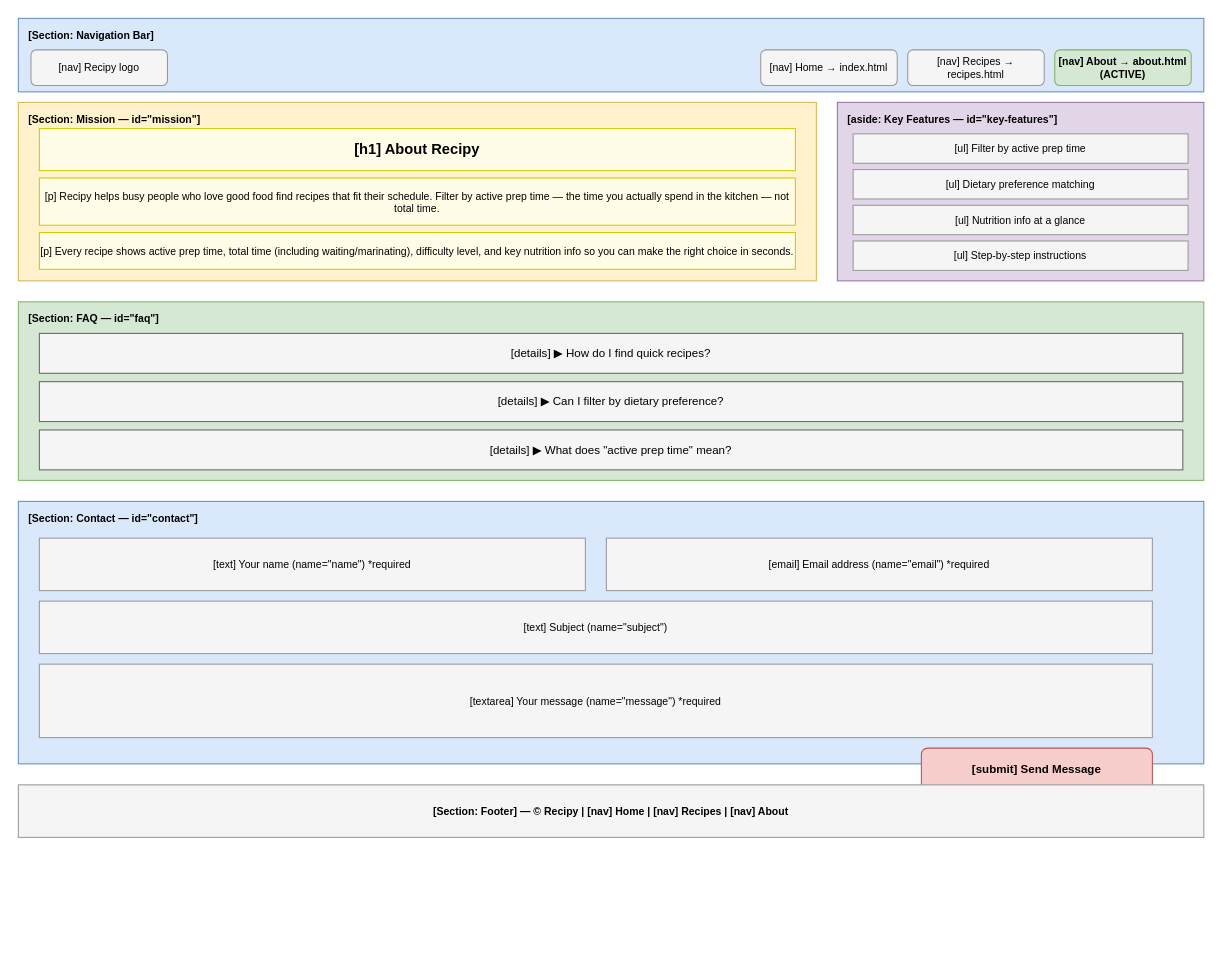
Before: page "About" (4 of 4) of design/wireframes.drawio in Zea10th/recipy, a draw.io diagram. Source tidied: cells renumbered, new cells numbered last; positions are measured from the earlier drawing's top-left corner, leaving out a move shared by most shapes. Both pictures are drawn from the tidied source at 105%, with x=0, y=0 at pixel (18, 18).
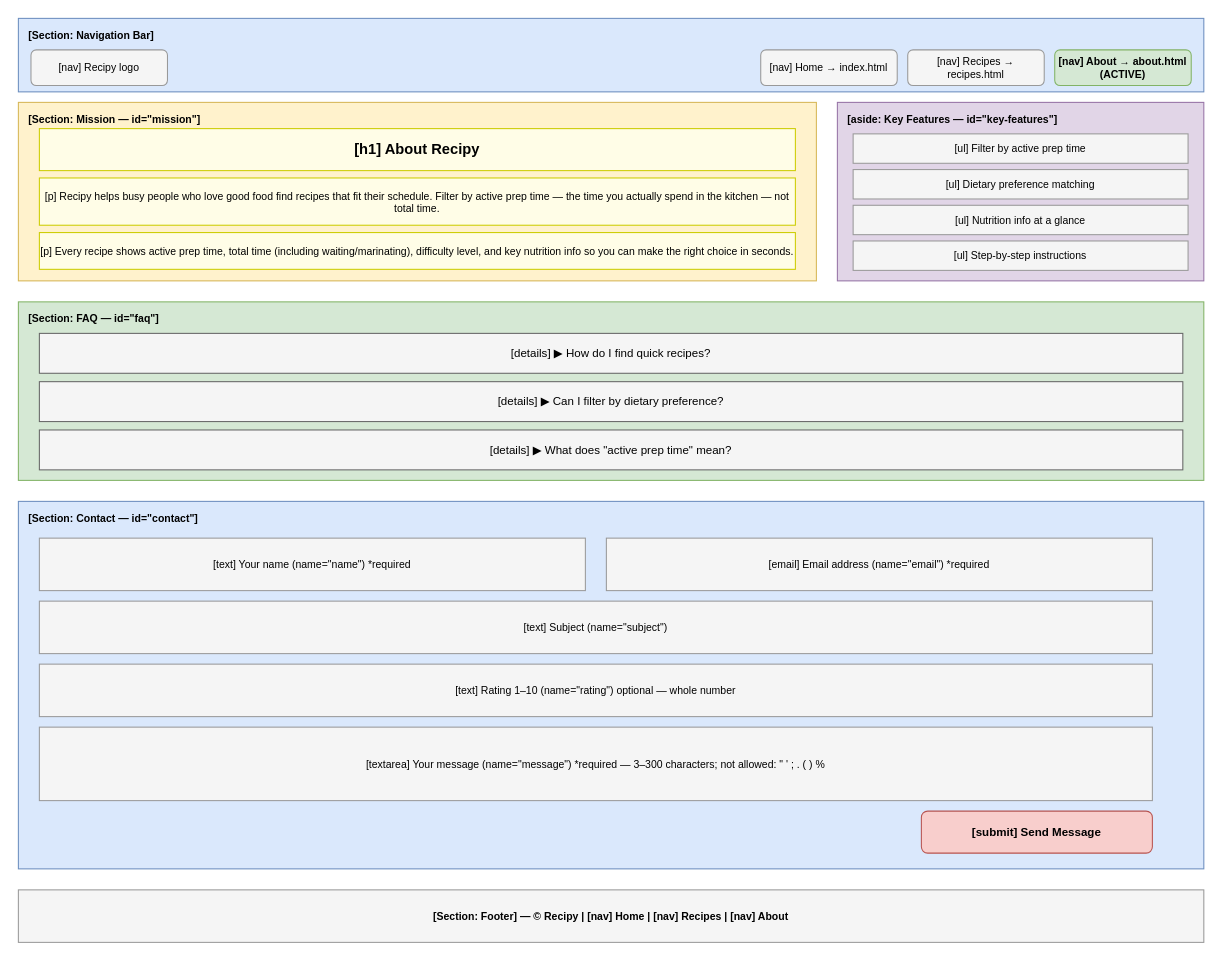
Above is the later version.

Diff of the diagram source:
```diff
@@
     <mxCell id="20" value="[Section: Contact — id=&quot;contact&quot;]" style="rounded=0;whiteSpace=wrap;html=1;verticalAlign=top;align=left;spacingTop=4;spacingLeft=8;fontSize=10;fontStyle=1;fillColor=#dae8fc;strokeColor=#6c8ebf;" parent="1" vertex="1">
-      <mxGeometry y="460" width="1129" height="250" as="geometry" />
+      <mxGeometry y="460" width="1129" height="350" as="geometry" />
     </mxCell>
@@
+    <mxCell id="27" value="[text] Rating 1–10 (name=&quot;rating&quot;) optional — whole number" style="rounded=0;whiteSpace=wrap;html=1;fontSize=10;fillColor=#f5f5f5;strokeColor=#999999;" parent="1" vertex="1">
+      <mxGeometry x="20" y="615" width="1060" height="50" as="geometry" />
+    </mxCell>
-    <mxCell id="24" value="[textarea] Your message (name=&quot;message&quot;) *required" style="rounded=0;whiteSpace=wrap;html=1;fontSize=10;fillColor=#f5f5f5;strokeColor=#999999;" parent="1" vertex="1">
-      <mxGeometry x="20" y="615" width="1060" height="70" as="geometry" />
+    <mxCell id="24" value="[textarea] Your message (name=&quot;message&quot;) *required — 3–300 characters; not allowed: &quot; ' ; . ( ) %" style="rounded=0;whiteSpace=wrap;html=1;fontSize=10;fillColor=#f5f5f5;strokeColor=#999999;" parent="1" vertex="1">
+      <mxGeometry x="20" y="675" width="1060" height="70" as="geometry" />
     </mxCell>
     <mxCell id="25" value="[submit] Send Message" style="rounded=1;whiteSpace=wrap;html=1;fontSize=11;fontStyle=1;fillColor=#f8cecc;strokeColor=#b85450;" parent="1" vertex="1">
-      <mxGeometry x="860" y="695" width="220" height="40" as="geometry" />
+      <mxGeometry x="860" y="755" width="220" height="40" as="geometry" />
     </mxCell>
     <mxCell id="26" value="[Section: Footer] — © Recipy  |  [nav] Home  |  [nav] Recipes  |  [nav] About" style="rounded=0;whiteSpace=wrap;html=1;verticalAlign=middle;align=center;fontSize=10;fontStyle=1;fillColor=#f5f5f5;strokeColor=#999999;" parent="1" vertex="1">
-      <mxGeometry y="730" width="1129" height="50" as="geometry" />
+      <mxGeometry y="830" width="1129" height="50" as="geometry" />
     </mxCell>
```
